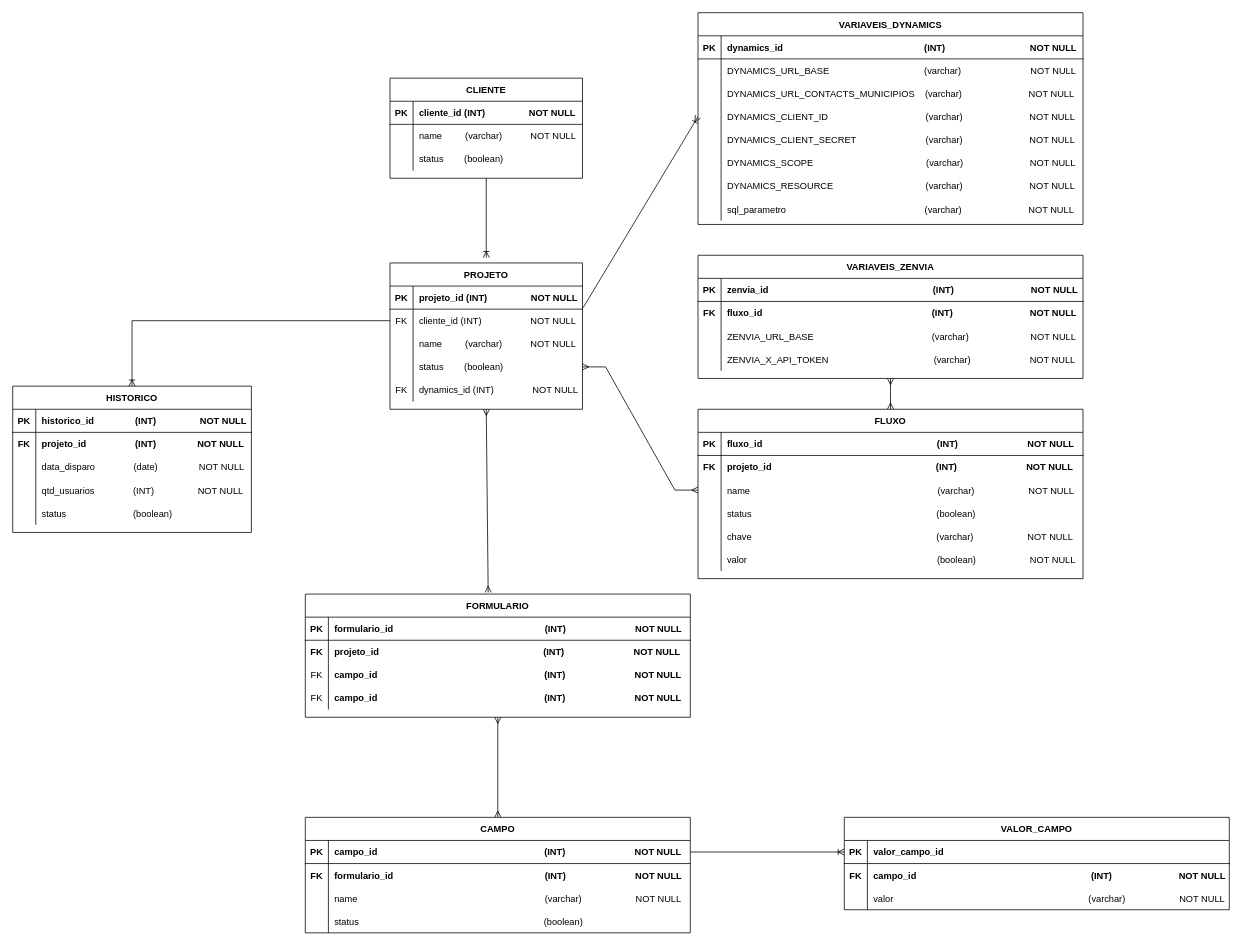
This is documentation/architecture/DER-alertas.drawio from matheusMendes05/disparo-alertas-node-webapi, a draw.io file, before an edit. Source tidied: cells renumbered, new cells numbered last; positions are measured from the earlier drawing's top-left corner, leaving out a move shared by most shapes. Both pictures are drawn from the tidied source at 77%, with x=0, y=0 at pixel (12, 12).
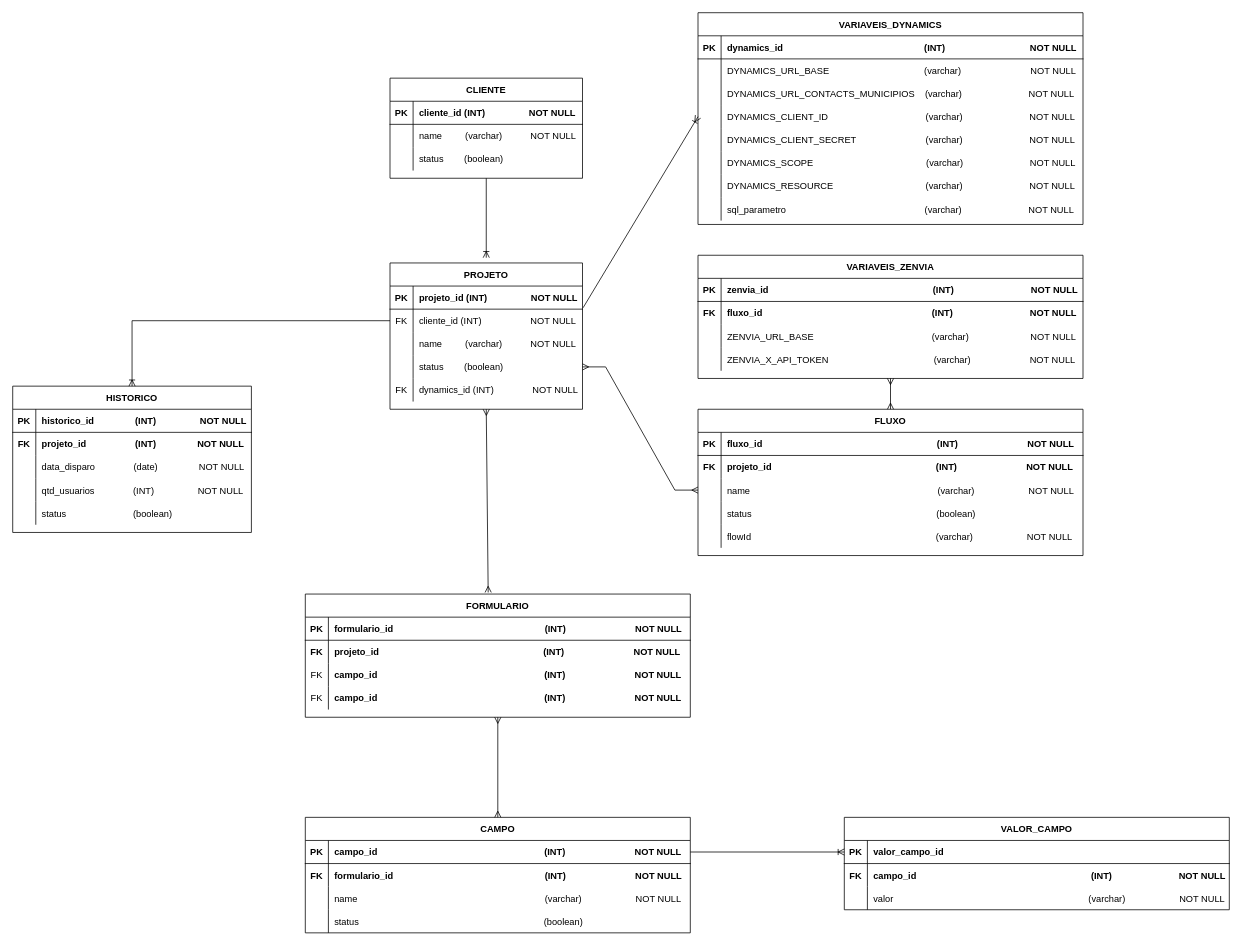
After the change.

The change refers to these unchanged cells:
```xml
<mxCell id="63" style="shape=partialRectangle;fillColor=none;top=0;left=0;right=0;bottom=0;" parent="50" vertex="1">
  <mxGeometry y="150" width="500" height="30" as="geometry" />
</mxCell>
```

The edit, as a diff of the source:
```diff
@@
     <mxCell id="50" value="FLUXO" style="shape=table;startSize=30;childLayout=tableLayout;rowLines=0;fontStyle=1;align=center;" parent="1" vertex="1">
-      <mxGeometry x="890" y="515" width="500" height="220" as="geometry" />
+      <mxGeometry x="890" y="515" width="500" height="190" as="geometry" />
     </mxCell>
@@
-    <mxCell id="65" value="chave                                                                        (varchar)                     NOT NULL" style="shape=partialRectangle;overflow=hidden;fillColor=none;top=0;left=0;bottom=0;right=0;align=left;spacingLeft=6;" parent="63" vertex="1">
+    <mxCell id="65" value="flowId                                                                        (varchar)                     NOT NULL" style="shape=partialRectangle;overflow=hidden;fillColor=none;top=0;left=0;bottom=0;right=0;align=left;spacingLeft=6;" parent="63" vertex="1">
       <mxGeometry x="30" width="470" height="30" as="geometry" />
     </mxCell>
-    <mxCell id="66" style="shape=partialRectangle;fillColor=none;top=0;left=0;right=0;bottom=0;" parent="50" vertex="1">
-      <mxGeometry y="180" width="500" height="30" as="geometry" />
-    </mxCell>
-    <mxCell id="67" style="shape=partialRectangle;overflow=hidden;fillColor=none;top=0;left=0;bottom=0;right=0;" parent="66" vertex="1">
-      <mxGeometry width="30" height="30" as="geometry" />
-    </mxCell>
-    <mxCell id="68" value="valor                                                                          (boolean)                     NOT NULL" style="shape=partialRectangle;overflow=hidden;fillColor=none;top=0;left=0;bottom=0;right=0;align=left;spacingLeft=6;" parent="66" vertex="1">
-      <mxGeometry x="30" width="470" height="30" as="geometry" />
-    </mxCell>
```
